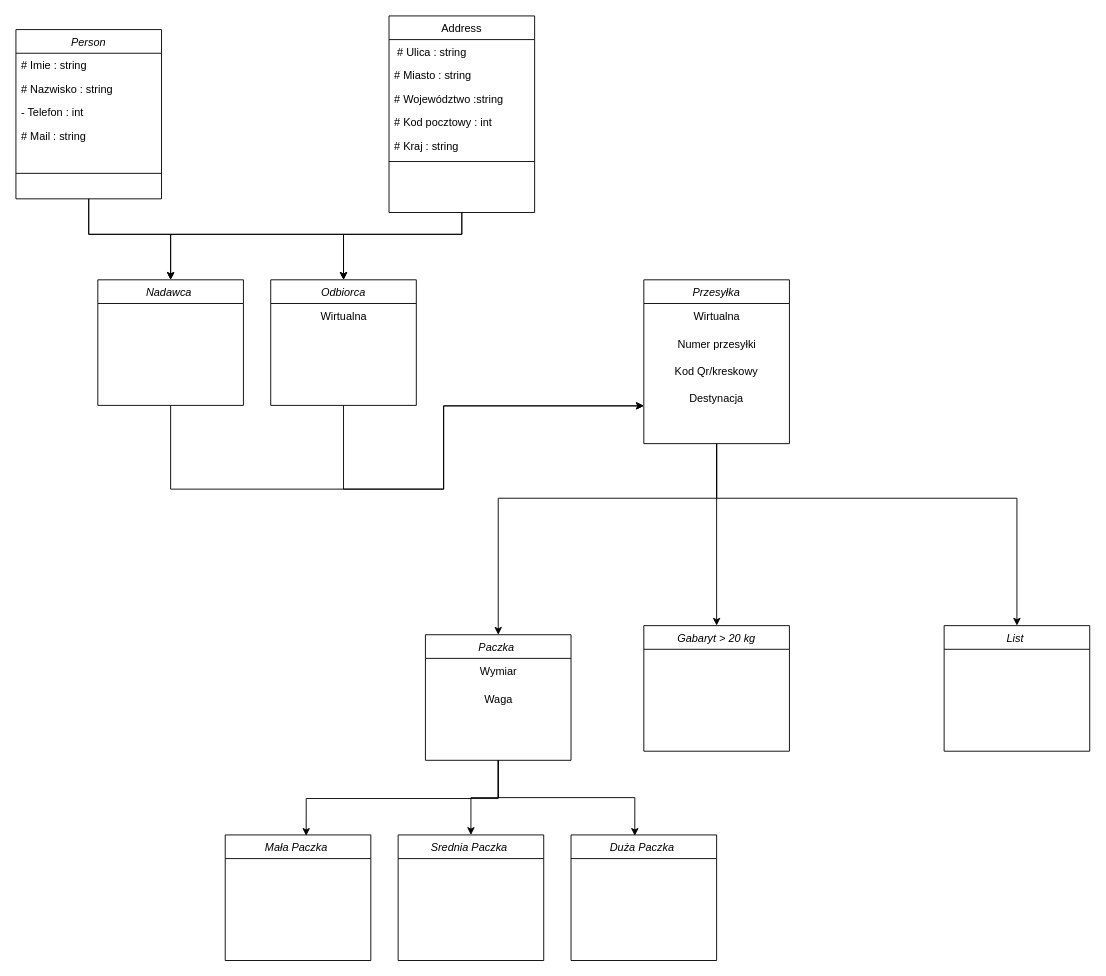
Before: UML.drawio in Q4tym/Projekt-PSiO, a draw.io diagram. Source tidied: cells renumbered, new cells numbered last; positions are measured from the earlier drawing's top-left corner, leaving out a move shared by most shapes. Both pictures are drawn from the tidied source at 91%, with x=0, y=0 at pixel (15, 15).
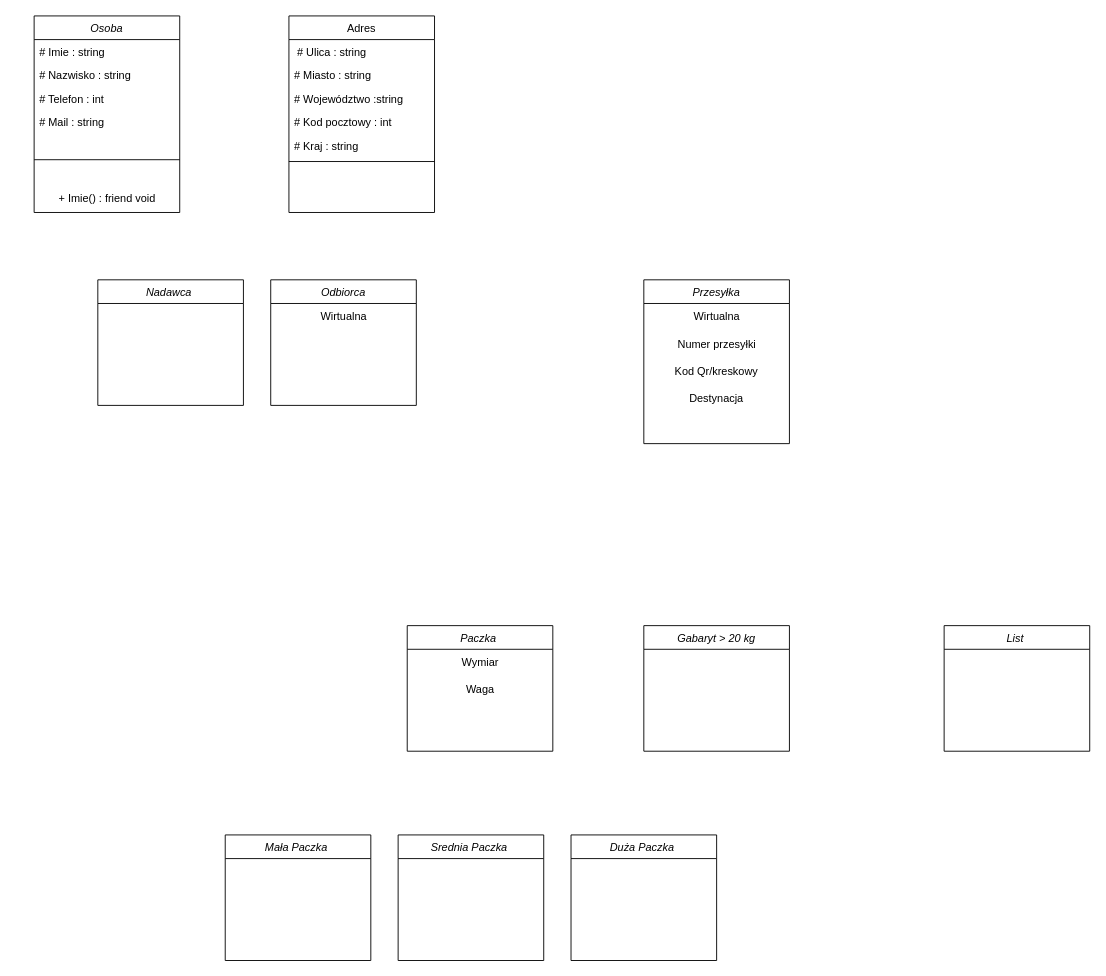
Above is the later version.

Unchanged cells that the change refers to:
```xml
<mxCell id="21" value="Przesyłka" style="swimlane;fontStyle=2;align=center;verticalAlign=top;horizontal=1;startSize=26;rounded=0;shadow=0;strokeWidth=1;" parent="1" vertex="1">
  <mxGeometry x="690" y="290" width="160" height="180" as="geometry" />
</mxCell>
<mxCell id="25" value="Destynacja" style="text;html=1;align=center;verticalAlign=middle;whiteSpace=wrap;rounded=0;" parent="21" vertex="1">
  <mxGeometry y="116" width="160" height="30" as="geometry" />
</mxCell>
<mxCell id="30" value="List " style="swimlane;fontStyle=2;align=center;verticalAlign=top;horizontal=1;startSize=26;rounded=0;shadow=0;strokeWidth=1;" parent="1" vertex="1">
  <mxGeometry x="1020" y="670" width="160" height="138" as="geometry" />
</mxCell>
<mxCell id="31" value="Gabaryt &gt; 20 kg" style="swimlane;fontStyle=2;align=center;verticalAlign=top;horizontal=1;startSize=26;rounded=0;shadow=0;strokeWidth=1;" parent="1" vertex="1">
  <mxGeometry x="690" y="670" width="160" height="138" as="geometry" />
</mxCell>
<mxCell id="33" value="Nadawca " style="swimlane;fontStyle=2;align=center;verticalAlign=top;horizontal=1;startSize=26;rounded=0;shadow=0;strokeWidth=1;" parent="1" vertex="1">
  <mxGeometry x="90" y="290" width="160" height="138" as="geometry" />
</mxCell>
<mxCell id="35" value="Odbiorca" style="swimlane;fontStyle=2;align=center;verticalAlign=top;horizontal=1;startSize=26;rounded=0;shadow=0;strokeWidth=1;" parent="1" vertex="1">
  <mxGeometry x="280" y="290" width="160" height="138" as="geometry" />
</mxCell>
<mxCell id="37" value="Mała Paczka " style="swimlane;fontStyle=2;align=center;verticalAlign=top;horizontal=1;startSize=26;rounded=0;shadow=0;strokeWidth=1;" parent="1" vertex="1">
  <mxGeometry x="230" y="900" width="160" height="138" as="geometry" />
</mxCell>
<mxCell id="38" value="Srednia Paczka " style="swimlane;fontStyle=2;align=center;verticalAlign=top;horizontal=1;startSize=26;rounded=0;shadow=0;strokeWidth=1;" parent="1" vertex="1">
  <mxGeometry x="420" y="900" width="160" height="138" as="geometry" />
</mxCell>
<mxCell id="39" value="Duża Paczka " style="swimlane;fontStyle=2;align=center;verticalAlign=top;horizontal=1;startSize=26;rounded=0;shadow=0;strokeWidth=1;" parent="1" vertex="1">
  <mxGeometry x="610" y="900" width="160" height="138" as="geometry" />
</mxCell>
```

Change to the diagram source:
```diff
@@
-    <mxCell id="2" style="edgeStyle=orthogonalEdgeStyle;rounded=0;jettySize=auto;html=1;entryX=0.5;entryY=0;entryDx=0;entryDy=0;" parent="1" edge="1" source="4" target="35">
-      <mxGeometry relative="1" as="geometry">
-        <Array as="points">
-          <mxPoint x="80" y="240" />
-          <mxPoint x="360" y="240" />
-        </Array>
-      </mxGeometry>
-    </mxCell>
-    <mxCell id="3" style="edgeStyle=orthogonalEdgeStyle;rounded=0;jettySize=auto;html=1;" parent="1" edge="1" source="4" target="33">
-      <mxGeometry relative="1" as="geometry">
-        <Array as="points">
-          <mxPoint x="80" y="240" />
-          <mxPoint x="170" y="240" />
-        </Array>
-      </mxGeometry>
-    </mxCell>
-    <mxCell id="4" value="Person" style="swimlane;fontStyle=2;align=center;verticalAlign=top;horizontal=1;startSize=26;rounded=0;shadow=0;strokeWidth=1;" parent="1" vertex="1">
-      <mxGeometry y="15" width="160" height="186" as="geometry" />
+    <mxCell id="4" value="Osoba" style="swimlane;fontStyle=2;align=center;verticalAlign=top;horizontal=1;startSize=26;rounded=0;shadow=0;strokeWidth=1;" parent="1" vertex="1">
+      <mxGeometry x="20" width="160" height="216" as="geometry" />
     </mxCell>
@@
-    <mxCell id="7" value="- Telefon : int" style="text;align=left;verticalAlign=top;spacingLeft=4;spacingRight=4;overflow=hidden;rounded=0;shadow=0;html=0;" parent="4" vertex="1">
+    <mxCell id="7" value="# Telefon : int" style="text;align=left;verticalAlign=top;spacingLeft=4;spacingRight=4;overflow=hidden;rounded=0;shadow=0;html=0;" parent="4" vertex="1">
       <mxGeometry y="78" width="160" height="26" as="geometry" />
     </mxCell>
@@
-    <mxCell id="10" style="edgeStyle=orthogonalEdgeStyle;rounded=0;jettySize=auto;html=1;" parent="1" edge="1" source="12" target="35">
-      <mxGeometry relative="1" as="geometry">
-        <Array as="points">
-          <mxPoint x="490" y="240" />
-          <mxPoint x="360" y="240" />
-        </Array>
-      </mxGeometry>
-    </mxCell>
-    <mxCell id="11" style="edgeStyle=orthogonalEdgeStyle;rounded=0;jettySize=auto;html=1;entryX=0.5;entryY=0;entryDx=0;entryDy=0;" parent="1" edge="1" source="12" target="33">
-      <mxGeometry relative="1" as="geometry">
-        <Array as="points">
-          <mxPoint x="490" y="240" />
-          <mxPoint x="170" y="240" />
-        </Array>
-      </mxGeometry>
-    </mxCell>
+    <mxCell id="43" value="+ Imie() : friend void" style="text;html=1;align=center;verticalAlign=middle;strokeColor=none;fillColor=none;" parent="4" vertex="1">
+      <mxGeometry y="186" width="160" height="30" as="geometry" />
+    </mxCell>
-    <mxCell id="12" value="Address" style="swimlane;fontStyle=0;align=center;verticalAlign=top;horizontal=1;startSize=26;rounded=0;shadow=0;strokeWidth=1;" parent="1" vertex="1">
-      <mxGeometry x="410" width="160" height="216" as="geometry" />
+    <mxCell id="12" value="Adres" style="swimlane;fontStyle=0;align=center;verticalAlign=top;horizontal=1;startSize=26;rounded=0;shadow=0;strokeWidth=1;" parent="1" vertex="1">
+      <mxGeometry x="300" width="160" height="216" as="geometry" />
     </mxCell>
@@
-    <mxCell id="19" style="edgeStyle=orthogonalEdgeStyle;rounded=0;jettySize=auto;html=1;entryX=0.5;entryY=0;entryDx=0;entryDy=0;" parent="1" edge="1" source="21" target="31">
-      <mxGeometry relative="1" as="geometry" />
-    </mxCell>
-    <mxCell id="20" style="edgeStyle=orthogonalEdgeStyle;rounded=0;jettySize=auto;html=1;" parent="1" edge="1" source="21" target="27">
-      <mxGeometry relative="1" as="geometry">
-        <Array as="points">
-          <mxPoint x="770" y="530" />
-          <mxPoint x="530" y="530" />
-        </Array>
-      </mxGeometry>
-    </mxCell>
@@
-    <mxCell id="26" style="edgeStyle=orthogonalEdgeStyle;rounded=0;jettySize=auto;html=1;entryX=0.5;entryY=0;entryDx=0;entryDy=0;" parent="1" edge="1" source="27" target="38">
-      <mxGeometry relative="1" as="geometry" />
-    </mxCell>
     <mxCell id="27" value="Paczka " style="swimlane;fontStyle=2;align=center;verticalAlign=top;horizontal=1;startSize=26;rounded=0;shadow=0;strokeWidth=1;" parent="1" vertex="1">
-      <mxGeometry x="450" y="680" width="160" height="138" as="geometry" />
+      <mxGeometry x="430" y="670" width="160" height="138" as="geometry" />
     </mxCell>
@@
-    <mxCell id="32" style="edgeStyle=orthogonalEdgeStyle;rounded=0;jettySize=auto;html=1;entryX=0;entryY=0.75;entryDx=0;entryDy=0;" parent="1" edge="1" source="33" target="25">
-      <mxGeometry relative="1" as="geometry">
-        <Array as="points">
-          <mxPoint x="170" y="520" />
-          <mxPoint x="470" y="520" />
-          <mxPoint x="470" y="429" />
-        </Array>
-      </mxGeometry>
-    </mxCell>
@@
-    <mxCell id="34" style="edgeStyle=orthogonalEdgeStyle;rounded=0;jettySize=auto;html=1;entryX=0;entryY=0.75;entryDx=0;entryDy=0;" parent="1" edge="1" source="35" target="25">
-      <mxGeometry relative="1" as="geometry">
-        <Array as="points">
-          <mxPoint x="360" y="520" />
-          <mxPoint x="470" y="520" />
-          <mxPoint x="470" y="429" />
-        </Array>
-      </mxGeometry>
-    </mxCell>
@@
-    <mxCell id="40" style="edgeStyle=orthogonalEdgeStyle;rounded=0;jettySize=auto;html=1;entryX=0.5;entryY=0;entryDx=0;entryDy=0;exitX=0.5;exitY=1;exitDx=0;exitDy=0;" parent="1" edge="1" source="21" target="30">
-      <mxGeometry relative="1" as="geometry">
-        <Array as="points">
-          <mxPoint x="770" y="530" />
-          <mxPoint x="1100" y="530" />
-        </Array>
-      </mxGeometry>
-    </mxCell>
-    <mxCell id="41" style="edgeStyle=orthogonalEdgeStyle;rounded=0;jettySize=auto;html=1;entryX=0.556;entryY=0.007;entryDx=0;entryDy=0;entryPerimeter=0;" parent="1" edge="1" source="27" target="37">
-      <mxGeometry relative="1" as="geometry">
-        <Array as="points">
-          <mxPoint x="530" y="860" />
-          <mxPoint x="319" y="860" />
-        </Array>
-      </mxGeometry>
-    </mxCell>
-    <mxCell id="42" style="edgeStyle=orthogonalEdgeStyle;rounded=0;jettySize=auto;html=1;entryX=0.438;entryY=0.007;entryDx=0;entryDy=0;entryPerimeter=0;" parent="1" edge="1" source="27" target="39">
-      <mxGeometry relative="1" as="geometry" />
-    </mxCell>
```
